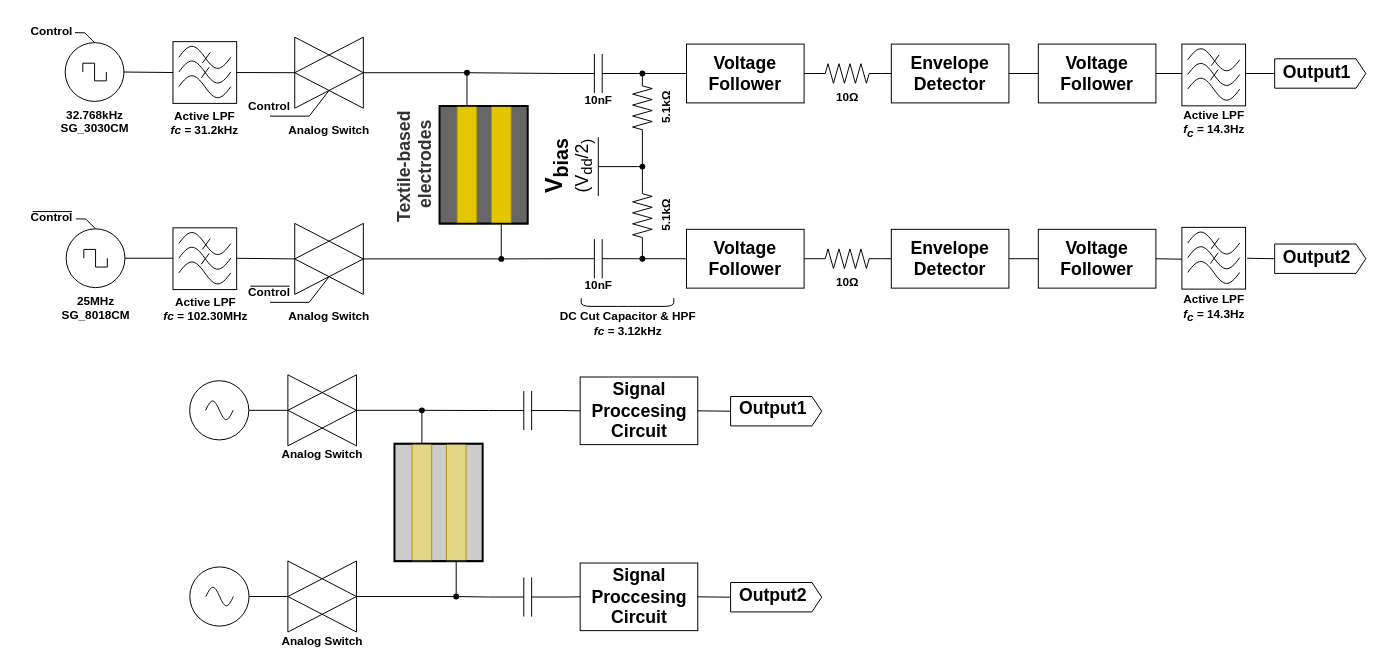
This is forICCE2024.drawio from 10matcho27/drawio_figure, a draw.io file, before an edit. Source tidied: cells renumbered, new cells numbered last; positions are measured from the earlier drawing's top-left corner, leaving out a move shared by most shapes. Both pictures are drawn from the tidied source at 98%, with x=0, y=0 at pixel (17, 17).
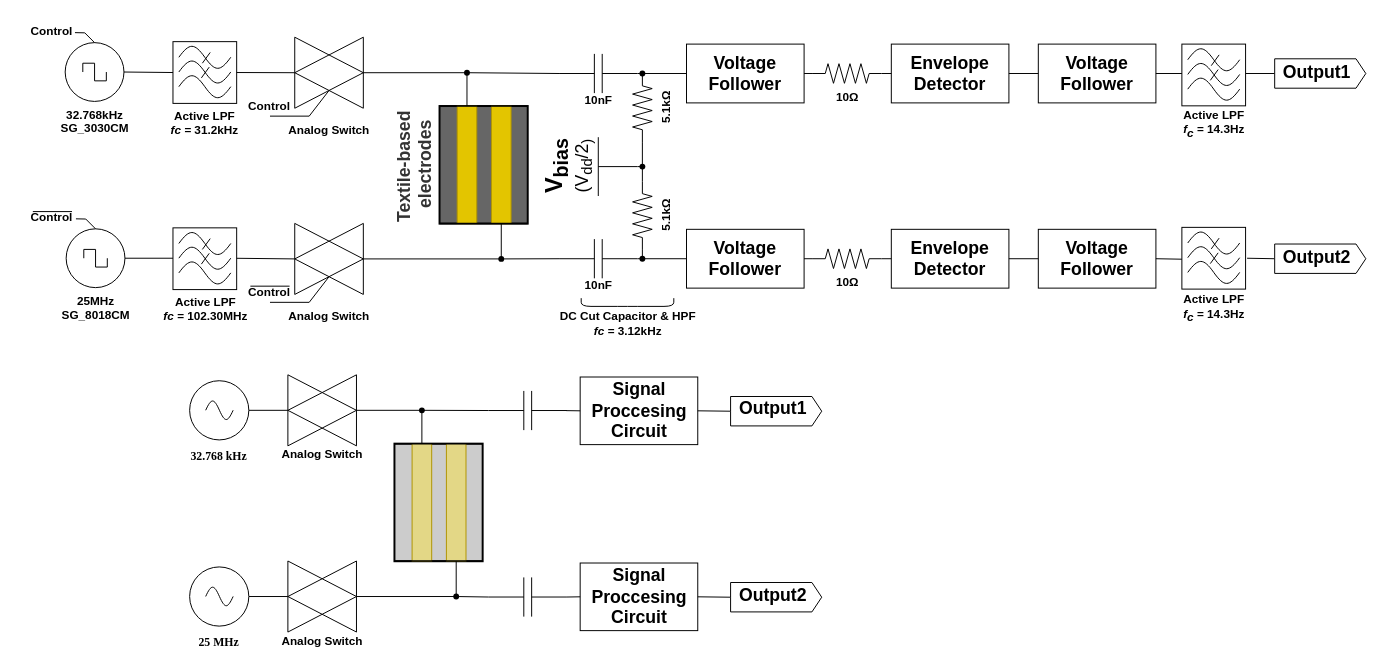
After the change.

Commit message (it also covers changes not shown here):
forICCE2024.drawio を更新します

Unchanged cells that the change refers to:
```xml
<mxCell id="130" style="verticalLabelPosition=bottom;verticalAlign=top;html=1;shape=mxgraph.basic.acute_triangle;dx=0.5;rotation=-90;" parent="1" vertex="1">
  <mxGeometry x="275" y="556.2" width="72.5" height="70" as="geometry" />
</mxCell>
```

Diff of the diagram source:
```diff
@@
-    <mxCell id="138" style="ellipse;whiteSpace=wrap;html=1;" parent="1" vertex="1">
+    <mxCell id="138" value="&lt;b&gt;&lt;font face=&quot;Times New Roman&quot;&gt;32.768 kHz&lt;/font&gt;&lt;/b&gt;" style="ellipse;whiteSpace=wrap;html=1;verticalAlign=bottom;spacing=-24;" parent="1" vertex="1">
       <mxGeometry x="176" y="371" width="60.4" height="60.4" as="geometry" />
     </mxCell>
@@
-    <mxCell id="140" style="endArrow=none;html=1;rounded=0;entryX=0;entryY=0;entryDx=36.25;entryDy=0;entryPerimeter=0;exitX=1;exitY=0.5;exitDx=0;exitDy=0;" parent="1" edge="1" source="141" target="130">
-      <mxGeometry relative="1" as="geometry" />
+    <mxCell id="140" style="endArrow=none;html=1;rounded=0;entryX=0;entryY=0;entryDx=36.25;entryDy=0;entryPerimeter=0;exitX=1;exitY=0.5;exitDx=0;exitDy=0;" parent="1" edge="1" target="130">
+      <mxGeometry relative="1" as="geometry">
+        <mxPoint x="236.6" y="591.2" as="sourcePoint" />
+      </mxGeometry>
     </mxCell>
-    <mxCell id="141" style="ellipse;whiteSpace=wrap;html=1;" parent="1" vertex="1">
-      <mxGeometry x="176.2" y="561" width="60.4" height="60.4" as="geometry" />
-    </mxCell>
-    <mxCell id="142" style="verticalLabelPosition=bottom;shadow=0;dashed=0;align=center;html=1;verticalAlign=top;shape=mxgraph.electrical.waveforms.sine_wave;" parent="1" vertex="1">
-      <mxGeometry x="192.6" y="578.6" width="28" height="25.3" as="geometry" />
-    </mxCell>
@@
+    <mxCell id="153" value="&lt;b&gt;&lt;font face=&quot;Times New Roman&quot;&gt;25 MHz&lt;/font&gt;&lt;/b&gt;" style="ellipse;whiteSpace=wrap;html=1;verticalAlign=bottom;spacing=-24;" parent="1" vertex="1">
+      <mxGeometry x="176" y="561" width="60.4" height="60.4" as="geometry" />
+    </mxCell>
+    <mxCell id="154" style="verticalLabelPosition=bottom;shadow=0;dashed=0;align=center;html=1;verticalAlign=top;shape=mxgraph.electrical.waveforms.sine_wave;" parent="1" vertex="1">
+      <mxGeometry x="192.4" y="578.5" width="28" height="25.3" as="geometry" />
+    </mxCell>
```
